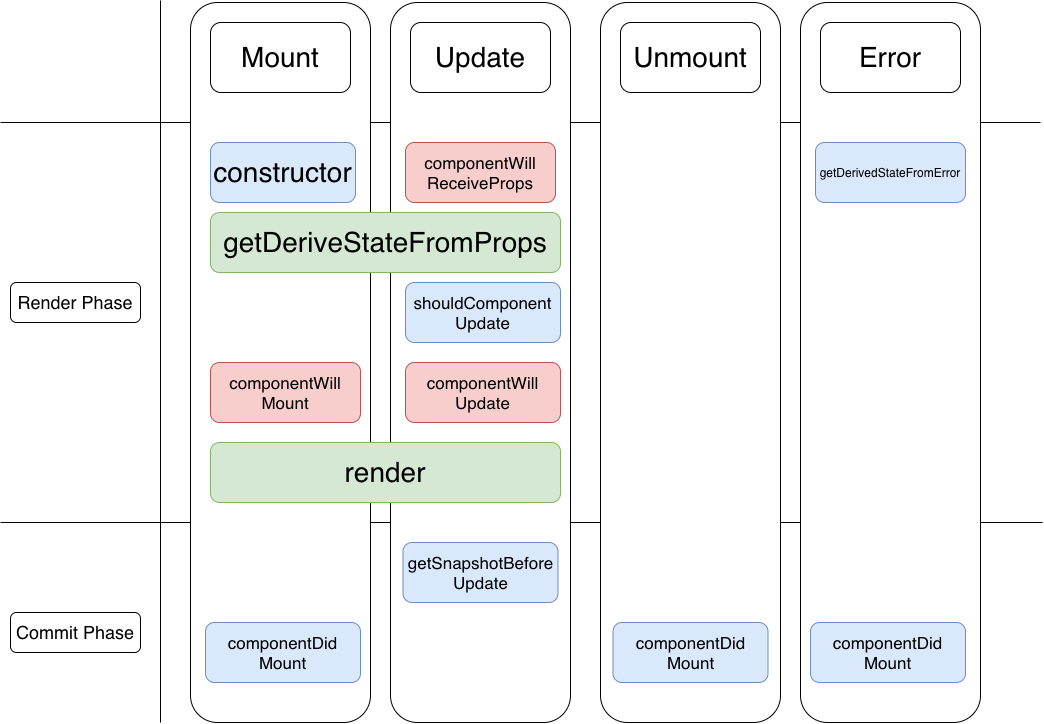
The draw.io diagram js/reactlifecycle.png in keidarcy/snippets, before a commit. Source tidied: cells renumbered, new cells last; positions are measured from the earlier drawing's top-left corner, leaving out a move shared by most shapes.
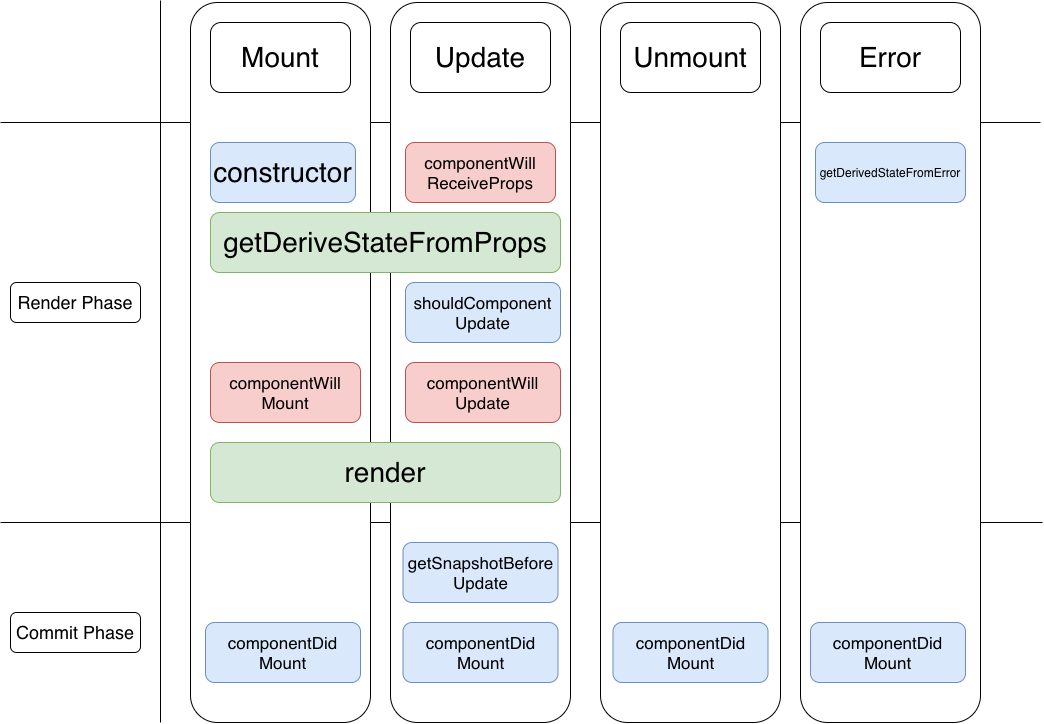
Above is the later version.

Diff of the diagram source:
```diff
@@ -86,5 +86,8 @@
     <mxCell id="26" value="&lt;span style=&quot;font-size: 17px&quot;&gt;componentDid&lt;br&gt;Mount&lt;br&gt;&lt;/span&gt;" style="rounded=1;whiteSpace=wrap;html=1;glass=0;fillColor=#dae8fc;strokeColor=#6c8ebf;" parent="1" vertex="1">
       <mxGeometry x="810" y="622" width="155" height="60" as="geometry" />
     </mxCell>
+    <mxCell id="27" value="&lt;span style=&quot;font-size: 17px&quot;&gt;componentDid&lt;br&gt;Mount&lt;br&gt;&lt;/span&gt;" style="rounded=1;whiteSpace=wrap;html=1;glass=0;fillColor=#dae8fc;strokeColor=#6c8ebf;" parent="1" vertex="1">
+      <mxGeometry x="402.5" y="622" width="155" height="60" as="geometry" />
+    </mxCell>
   </root>
 </mxGraphModel>
```
